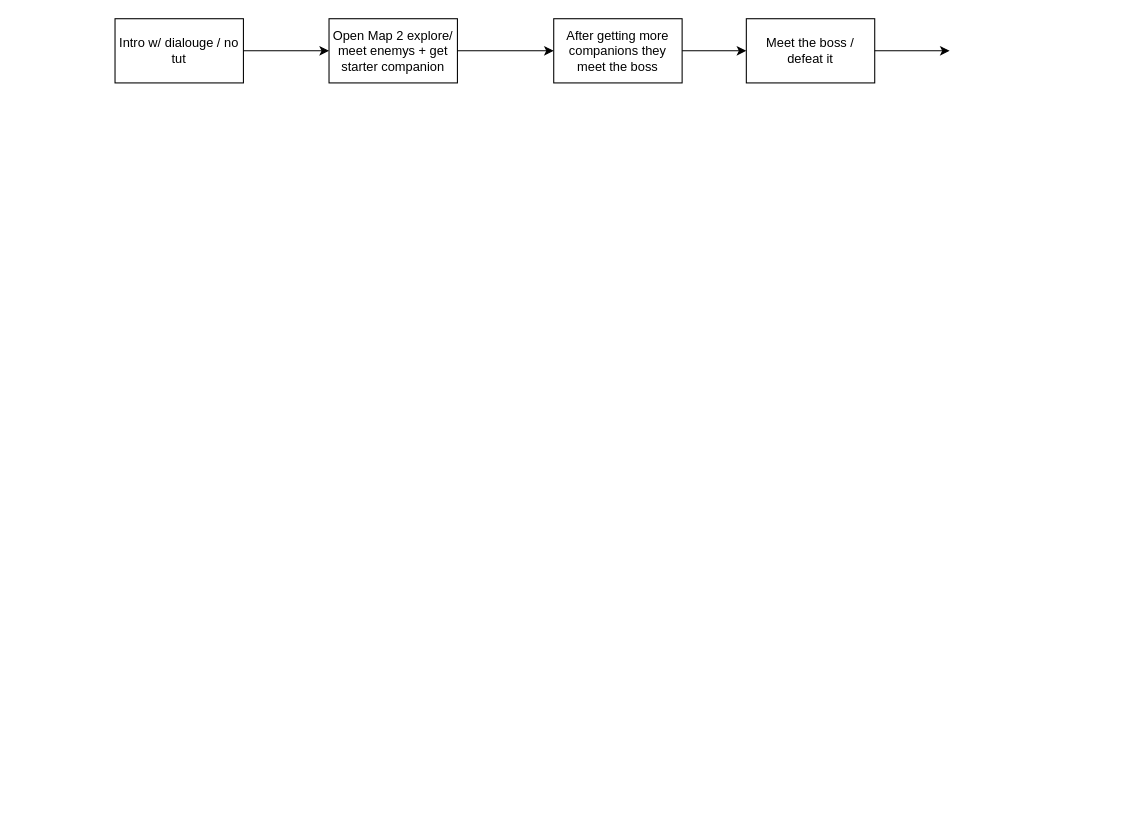
This is Untitled Diagram.drawio from staten-island-tech/object-oriented-adventures-jupiter2-0, a draw.io file, before an edit. Source tidied: cells renumbered, new cells numbered last; positions are measured from the earlier drawing's top-left corner, leaving out a move shared by most shapes. Both pictures are drawn from the tidied source at 107%, with x=0, y=0 at pixel (114, 18).
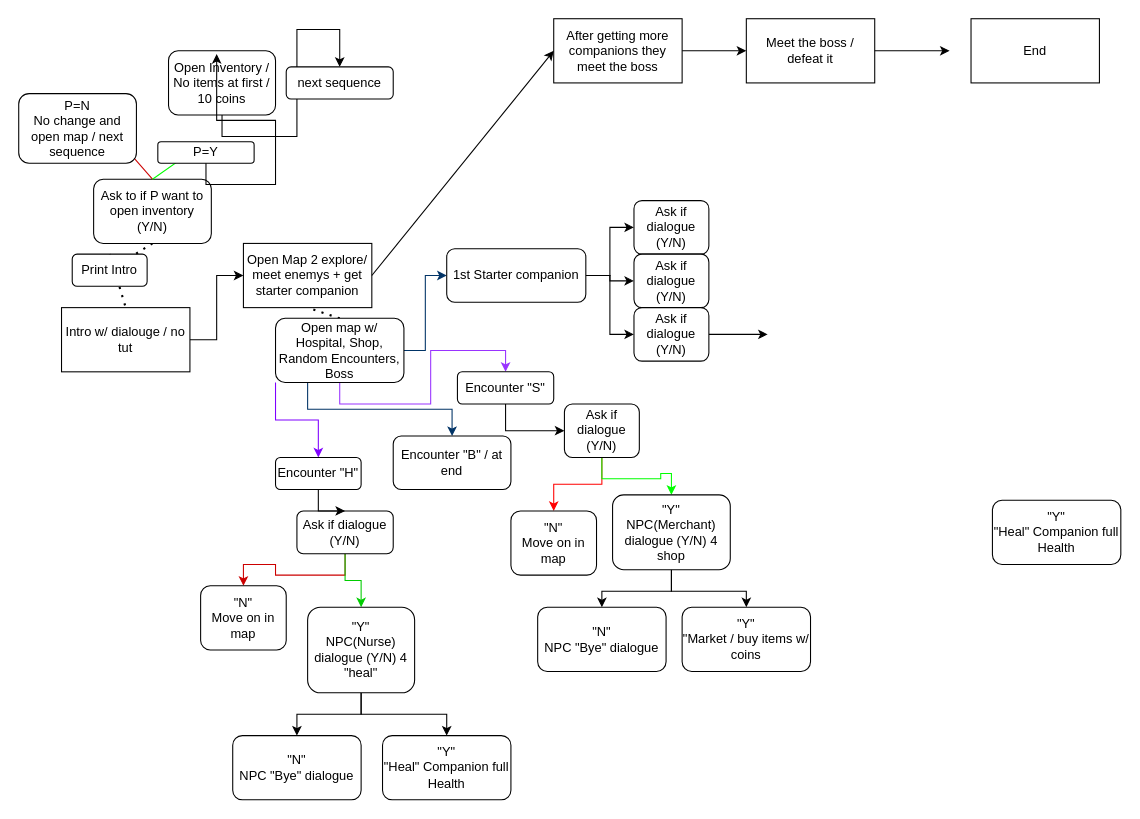
The same page after the edit.

Diff of the diagram source:
```diff
@@
+    <mxCell id="6" style="edgeStyle=orthogonalEdgeStyle;rounded=0;jettySize=auto;html=1;exitX=1;exitY=0.5;exitDx=0;exitDy=0;entryX=0;entryY=0.5;entryDx=0;entryDy=0;" parent="1" edge="1" source="2" target="3">
+      <mxGeometry relative="1" as="geometry" />
+    </mxCell>
     <mxCell id="2" value="Intro w/ dialouge / no tut" style="rounded=0;whiteSpace=wrap;html=1;" parent="1" vertex="1">
-      <mxGeometry width="120" height="60" as="geometry" />
+      <mxGeometry x="-50" y="270" width="120" height="60" as="geometry" />
     </mxCell>
     <mxCell id="3" value="Open Map 2 explore/ meet enemys + get starter companion" style="rounded=0;whiteSpace=wrap;html=1;" parent="1" vertex="1">
-      <mxGeometry x="200" width="120" height="60" as="geometry" />
+      <mxGeometry x="120" y="210" width="120" height="60" as="geometry" />
     </mxCell>
@@
-    <mxCell id="6" style="endArrow=classic;html=1;rounded=0;exitX=1;exitY=0.5;exitDx=0;exitDy=0;entryX=0;entryY=0.5;entryDx=0;entryDy=0;" parent="1" edge="1" source="2" target="3">
-      <mxGeometry relative="1" as="geometry">
-        <Array as="points">
-          <mxPoint x="150" y="30" />
-        </Array>
-      </mxGeometry>
-    </mxCell>
@@
+    <mxCell id="10" value="End" style="rounded=0;whiteSpace=wrap;html=1;" parent="1" vertex="1">
+      <mxGeometry x="800" width="120" height="60" as="geometry" />
+    </mxCell>
+    <mxCell id="11" style="endArrow=none;dashed=1;html=1;dashPattern=1 3;strokeWidth=2;rounded=0;entryX=0.5;entryY=0;entryDx=0;entryDy=0;exitX=0.5;exitY=0;exitDx=0;exitDy=0;" parent="1" edge="1" source="12" target="2">
+      <mxGeometry relative="1" as="geometry" />
+    </mxCell>
+    <mxCell id="12" value="Print Intro" style="rounded=1;whiteSpace=wrap;html=1;" parent="1" vertex="1">
+      <mxGeometry x="-40" y="220" width="70" height="30" as="geometry" />
+    </mxCell>
+    <mxCell id="13" style="endArrow=none;dashed=1;html=1;dashPattern=1 3;strokeWidth=2;rounded=0;" parent="1" edge="1" source="14" target="12">
+      <mxGeometry relative="1" as="geometry">
+        <Array as="points">
+          <mxPoint x="35" y="210" />
+        </Array>
+      </mxGeometry>
+    </mxCell>
+    <mxCell id="14" value="Ask to if P want to open inventory (Y/N)" style="rounded=1;whiteSpace=wrap;html=1;" parent="1" vertex="1">
+      <mxGeometry x="-20" y="150" width="110" height="60" as="geometry" />
+    </mxCell>
+    <mxCell id="15" style="endArrow=classic;html=1;rounded=0;exitX=0.5;exitY=0;exitDx=0;exitDy=0;entryX=0.5;entryY=0;entryDx=0;entryDy=0;strokeColor=#CC0000;" parent="1" edge="1" source="14" target="17">
+      <mxGeometry relative="1" as="geometry" />
+    </mxCell>
+    <mxCell id="16" style="endArrow=classic;html=1;rounded=0;entryX=0.5;entryY=0;entryDx=0;entryDy=0;strokeColor=#00FF00;exitX=0.5;exitY=0;exitDx=0;exitDy=0;" parent="1" edge="1" source="14" target="18">
+      <mxGeometry relative="1" as="geometry" />
+    </mxCell>
+    <mxCell id="17" value="P=N&lt;div&gt;No change and open map / next sequence&lt;/div&gt;" style="rounded=1;whiteSpace=wrap;html=1;" parent="1" vertex="1">
+      <mxGeometry x="-90" y="70" width="110" height="65" as="geometry" />
+    </mxCell>
+    <mxCell id="18" value="P=Y" style="rounded=1;whiteSpace=wrap;html=1;" parent="1" vertex="1">
+      <mxGeometry x="40" y="115" width="90" height="20" as="geometry" />
+    </mxCell>
+    <mxCell id="19" style="edgeStyle=orthogonalEdgeStyle;rounded=0;jettySize=auto;html=1;exitX=0.5;exitY=1;exitDx=0;exitDy=0;entryX=0.5;entryY=0;entryDx=0;entryDy=0;" parent="1" edge="1" source="20" target="22">
+      <mxGeometry relative="1" as="geometry" />
+    </mxCell>
+    <mxCell id="20" value="Open Inventory / No items at first / 10 coins" style="rounded=1;whiteSpace=wrap;html=1;" parent="1" vertex="1">
+      <mxGeometry x="50" y="30" width="100" height="60" as="geometry" />
+    </mxCell>
+    <mxCell id="21" style="edgeStyle=orthogonalEdgeStyle;rounded=0;jettySize=auto;html=1;exitX=0.5;exitY=1;exitDx=0;exitDy=0;entryX=0.45;entryY=0.05;entryDx=0;entryDy=0;entryPerimeter=0;" parent="1" edge="1" source="18" target="20">
+      <mxGeometry relative="1" as="geometry" />
+    </mxCell>
+    <mxCell id="22" value="next sequence" style="rounded=1;whiteSpace=wrap;html=1;" parent="1" vertex="1">
+      <mxGeometry x="160" y="45" width="100" height="30" as="geometry" />
+    </mxCell>
+    <mxCell id="23" style="endArrow=none;dashed=1;html=1;dashPattern=1 3;strokeWidth=2;rounded=0;entryX=0.5;entryY=1;entryDx=0;entryDy=0;exitX=0.5;exitY=0;exitDx=0;exitDy=0;" parent="1" edge="1" source="28" target="3">
+      <mxGeometry relative="1" as="geometry" />
+    </mxCell>
+    <mxCell id="24" style="edgeStyle=orthogonalEdgeStyle;rounded=0;jettySize=auto;html=1;exitX=0;exitY=1;exitDx=0;exitDy=0;entryX=0.5;entryY=0;entryDx=0;entryDy=0;strokeColor=#7F00FF;" parent="1" edge="1" source="28" target="40">
+      <mxGeometry relative="1" as="geometry" />
+    </mxCell>
+    <mxCell id="25" style="edgeStyle=orthogonalEdgeStyle;rounded=0;jettySize=auto;html=1;exitX=0.25;exitY=1;exitDx=0;exitDy=0;strokeColor=#003366;" parent="1" edge="1" source="28" target="32">
+      <mxGeometry relative="1" as="geometry" />
+    </mxCell>
+    <mxCell id="26" style="edgeStyle=orthogonalEdgeStyle;rounded=0;jettySize=auto;html=1;exitX=0.5;exitY=1;exitDx=0;exitDy=0;entryX=0.5;entryY=0;entryDx=0;entryDy=0;strokeColor=#9933FF;" parent="1" edge="1" source="28" target="38">
+      <mxGeometry relative="1" as="geometry" />
+    </mxCell>
+    <mxCell id="27" style="edgeStyle=orthogonalEdgeStyle;rounded=0;jettySize=auto;html=1;exitX=1;exitY=0.5;exitDx=0;exitDy=0;entryX=0;entryY=0.5;entryDx=0;entryDy=0;strokeColor=#003366;" parent="1" edge="1" source="28" target="36">
+      <mxGeometry relative="1" as="geometry" />
+    </mxCell>
+    <mxCell id="28" value="Open map w/ Hospital, Shop, Random Encounters, Boss" style="rounded=1;whiteSpace=wrap;html=1;" parent="1" vertex="1">
+      <mxGeometry x="150" y="280" width="120" height="60" as="geometry" />
+    </mxCell>
+    <mxCell id="29" style="edgeStyle=orthogonalEdgeStyle;rounded=0;jettySize=auto;html=1;exitX=0.5;exitY=1;exitDx=0;exitDy=0;entryX=0.5;entryY=0;entryDx=0;entryDy=0;strokeColor=#CC0000;" parent="1" edge="1" source="31" target="46">
+      <mxGeometry relative="1" as="geometry" />
+    </mxCell>
+    <mxCell id="30" style="edgeStyle=orthogonalEdgeStyle;rounded=0;jettySize=auto;html=1;exitX=0.5;exitY=1;exitDx=0;exitDy=0;strokeColor=#00CC00;" parent="1" edge="1" source="31" target="49">
+      <mxGeometry relative="1" as="geometry" />
+    </mxCell>
+    <mxCell id="31" value="Ask if dialogue (Y/N)" style="rounded=1;whiteSpace=wrap;html=1;" parent="1" vertex="1">
+      <mxGeometry x="170" y="460" width="90" height="40" as="geometry" />
+    </mxCell>
+    <mxCell id="32" value="Encounter &quot;B&quot; / at end" style="rounded=1;whiteSpace=wrap;html=1;" parent="1" vertex="1">
+      <mxGeometry x="260" y="390" width="110" height="50" as="geometry" />
+    </mxCell>
+    <mxCell id="33" style="edgeStyle=orthogonalEdgeStyle;rounded=0;jettySize=auto;html=1;exitX=1;exitY=0.5;exitDx=0;exitDy=0;entryX=0;entryY=0.5;entryDx=0;entryDy=0;" parent="1" edge="1" source="36" target="44">
+      <mxGeometry relative="1" as="geometry" />
+    </mxCell>
+    <mxCell id="34" style="edgeStyle=orthogonalEdgeStyle;rounded=0;jettySize=auto;html=1;exitX=1;exitY=0.5;exitDx=0;exitDy=0;entryX=0;entryY=0.5;entryDx=0;entryDy=0;" parent="1" edge="1" source="36" target="58">
+      <mxGeometry relative="1" as="geometry" />
+    </mxCell>
+    <mxCell id="35" style="edgeStyle=orthogonalEdgeStyle;rounded=0;jettySize=auto;html=1;exitX=1;exitY=0.5;exitDx=0;exitDy=0;entryX=0;entryY=0.5;entryDx=0;entryDy=0;" parent="1" edge="1" source="36" target="60">
+      <mxGeometry relative="1" as="geometry" />
+    </mxCell>
+    <mxCell id="36" value="1st Starter companion" style="rounded=1;whiteSpace=wrap;html=1;" parent="1" vertex="1">
+      <mxGeometry x="310" y="215" width="130" height="50" as="geometry" />
+    </mxCell>
+    <mxCell id="37" style="edgeStyle=orthogonalEdgeStyle;rounded=0;jettySize=auto;html=1;exitX=0.5;exitY=1;exitDx=0;exitDy=0;entryX=0;entryY=0.5;entryDx=0;entryDy=0;" parent="1" edge="1" source="38" target="43">
+      <mxGeometry relative="1" as="geometry" />
+    </mxCell>
+    <mxCell id="38" value="Encounter &quot;S&quot;" style="rounded=1;whiteSpace=wrap;html=1;" parent="1" vertex="1">
+      <mxGeometry x="320" y="330" width="90" height="30" as="geometry" />
+    </mxCell>
+    <mxCell id="39" style="edgeStyle=orthogonalEdgeStyle;rounded=0;jettySize=auto;html=1;exitX=0.5;exitY=1;exitDx=0;exitDy=0;" parent="1" edge="1" source="40" target="31">
+      <mxGeometry relative="1" as="geometry" />
+    </mxCell>
+    <mxCell id="40" value="Encounter &quot;H&quot;" style="rounded=1;whiteSpace=wrap;html=1;" parent="1" vertex="1">
+      <mxGeometry x="150" y="410" width="80" height="30" as="geometry" />
+    </mxCell>
+    <mxCell id="41" style="edgeStyle=orthogonalEdgeStyle;rounded=0;jettySize=auto;html=1;exitX=0.5;exitY=1;exitDx=0;exitDy=0;strokeColor=#FF0000;" parent="1" edge="1" source="43" target="45">
+      <mxGeometry relative="1" as="geometry" />
+    </mxCell>
+    <mxCell id="42" style="edgeStyle=orthogonalEdgeStyle;rounded=0;jettySize=auto;html=1;exitX=0.5;exitY=1;exitDx=0;exitDy=0;entryX=0.5;entryY=0;entryDx=0;entryDy=0;strokeColor=#00FF00;" parent="1" edge="1" source="43" target="52">
+      <mxGeometry relative="1" as="geometry" />
+    </mxCell>
+    <mxCell id="43" value="Ask if dialogue (Y/N)" style="rounded=1;whiteSpace=wrap;html=1;" parent="1" vertex="1">
+      <mxGeometry x="420" y="360" width="70" height="50" as="geometry" />
+    </mxCell>
+    <mxCell id="44" value="Ask if dialogue (Y/N)" style="rounded=1;whiteSpace=wrap;html=1;" parent="1" vertex="1">
+      <mxGeometry x="485" y="170" width="70" height="50" as="geometry" />
+    </mxCell>
+    <mxCell id="45" value="&quot;N&quot;&lt;div&gt;Move on in map&lt;/div&gt;" style="rounded=1;whiteSpace=wrap;html=1;" parent="1" vertex="1">
+      <mxGeometry x="370" y="460" width="80" height="60" as="geometry" />
+    </mxCell>
+    <mxCell id="46" value="&quot;N&quot;&lt;div&gt;Move on in map&lt;/div&gt;" style="rounded=1;whiteSpace=wrap;html=1;" parent="1" vertex="1">
+      <mxGeometry x="80" y="530" width="80" height="60" as="geometry" />
+    </mxCell>
+    <mxCell id="47" style="edgeStyle=orthogonalEdgeStyle;rounded=0;jettySize=auto;html=1;exitX=0.5;exitY=1;exitDx=0;exitDy=0;entryX=0.5;entryY=0;entryDx=0;entryDy=0;" parent="1" edge="1" source="49" target="55">
+      <mxGeometry relative="1" as="geometry" />
+    </mxCell>
+    <mxCell id="48" style="edgeStyle=orthogonalEdgeStyle;rounded=0;jettySize=auto;html=1;exitX=0.5;exitY=1;exitDx=0;exitDy=0;entryX=0.5;entryY=0;entryDx=0;entryDy=0;" parent="1" edge="1" source="49" target="53">
+      <mxGeometry relative="1" as="geometry" />
+    </mxCell>
+    <mxCell id="49" value="&quot;Y&quot;&lt;div&gt;&lt;div&gt;NPC(Nurse) dialogue (Y/N) 4 &quot;heal&quot;&lt;/div&gt;&lt;/div&gt;" style="rounded=1;whiteSpace=wrap;html=1;" parent="1" vertex="1">
+      <mxGeometry x="180" y="550" width="100" height="80" as="geometry" />
+    </mxCell>
+    <mxCell id="50" style="edgeStyle=orthogonalEdgeStyle;rounded=0;jettySize=auto;html=1;exitX=0.5;exitY=1;exitDx=0;exitDy=0;entryX=0.5;entryY=0;entryDx=0;entryDy=0;" parent="1" edge="1" source="52" target="54">
+      <mxGeometry relative="1" as="geometry" />
+    </mxCell>
+    <mxCell id="51" style="edgeStyle=orthogonalEdgeStyle;rounded=0;jettySize=auto;html=1;exitX=0.5;exitY=1;exitDx=0;exitDy=0;" parent="1" edge="1" source="52" target="56">
+      <mxGeometry relative="1" as="geometry" />
+    </mxCell>
+    <mxCell id="52" value="&quot;Y&quot;&lt;div&gt;NPC(Merchant) dialogue (Y/N) 4 shop&lt;/div&gt;" style="rounded=1;whiteSpace=wrap;html=1;" parent="1" vertex="1">
+      <mxGeometry x="465" y="445" width="110" height="70" as="geometry" />
+    </mxCell>
+    <mxCell id="53" value="&quot;N&quot;&lt;div&gt;NPC &quot;Bye&quot; dialogue&lt;/div&gt;" style="rounded=1;whiteSpace=wrap;html=1;" parent="1" vertex="1">
+      <mxGeometry x="110" y="670" width="120" height="60" as="geometry" />
+    </mxCell>
+    <mxCell id="54" value="&quot;N&quot;&lt;div&gt;NPC &quot;Bye&quot; dialogue&lt;/div&gt;" style="rounded=1;whiteSpace=wrap;html=1;" parent="1" vertex="1">
+      <mxGeometry x="395" y="550" width="120" height="60" as="geometry" />
+    </mxCell>
+    <mxCell id="55" value="&quot;Y&quot;&lt;div&gt;&quot;Heal&quot; Companion full Health&lt;/div&gt;" style="rounded=1;whiteSpace=wrap;html=1;" parent="1" vertex="1">
+      <mxGeometry x="250" y="670" width="120" height="60" as="geometry" />
+    </mxCell>
+    <mxCell id="56" value="&quot;Y&quot;&lt;div&gt;&quot;Market / buy items w/ coins&lt;/div&gt;" style="rounded=1;whiteSpace=wrap;html=1;" parent="1" vertex="1">
+      <mxGeometry x="530" y="550" width="120" height="60" as="geometry" />
+    </mxCell>
+    <mxCell id="57" value="&quot;Y&quot;&lt;div&gt;&quot;Heal&quot; Companion full Health&lt;/div&gt;" style="rounded=1;whiteSpace=wrap;html=1;" parent="1" vertex="1">
+      <mxGeometry x="820" y="450" width="120" height="60" as="geometry" />
+    </mxCell>
+    <mxCell id="58" value="Ask if dialogue (Y/N)" style="rounded=1;whiteSpace=wrap;html=1;" parent="1" vertex="1">
+      <mxGeometry x="485" y="220" width="70" height="50" as="geometry" />
+    </mxCell>
+    <mxCell id="59" style="edgeStyle=orthogonalEdgeStyle;rounded=0;jettySize=auto;html=1;" parent="1" edge="1" source="60">
+      <mxGeometry relative="1" as="geometry">
+        <mxPoint x="610" y="295" as="targetPoint" />
+      </mxGeometry>
+    </mxCell>
+    <mxCell id="60" value="Ask if dialogue (Y/N)" style="rounded=1;whiteSpace=wrap;html=1;" parent="1" vertex="1">
+      <mxGeometry x="485" y="270" width="70" height="50" as="geometry" />
+    </mxCell>
```
